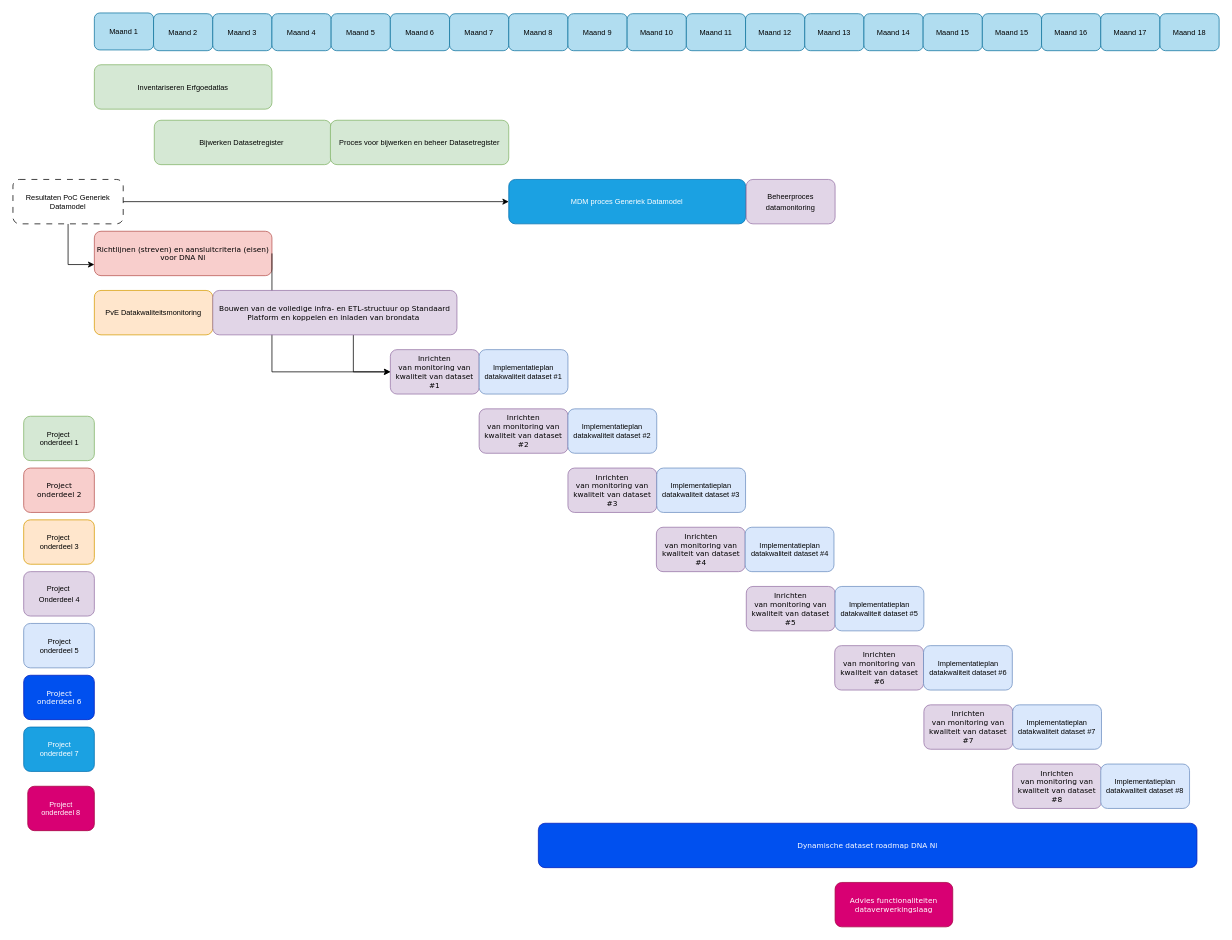
cultureelerfgoed/DNA_NL keeps this draw.io diagram as dnanl-planning.drawio. Above is the earlier version. Source tidied: cells renumbered, new cells numbered last; positions are measured from the earlier drawing's top-left corner, leaving out a move shared by most shapes. Both pictures are drawn from the tidied source at 74%, with x=0, y=0 at pixel (13, 13).
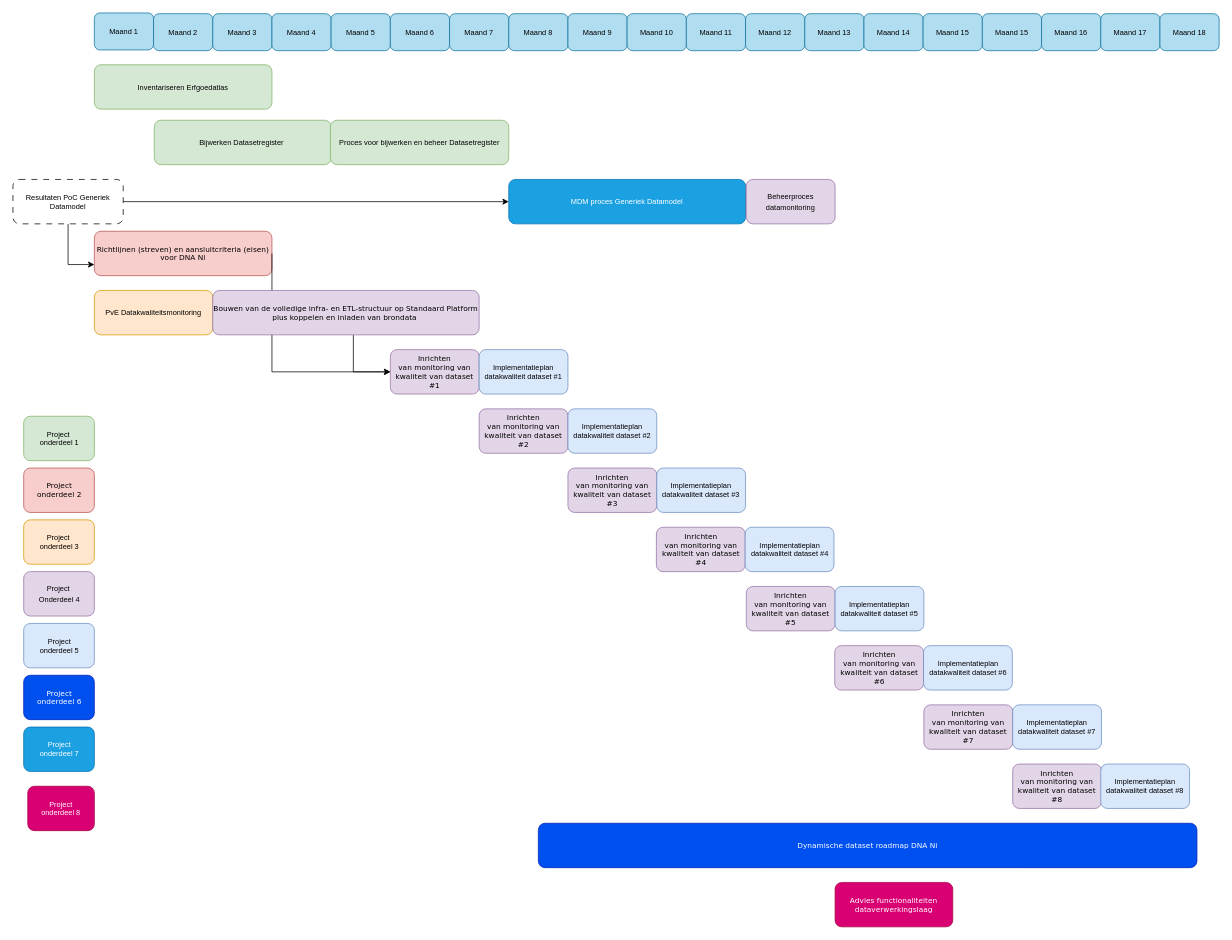
Above is the later version.

Change to the diagram source:
```diff
@@
-    <mxCell id="57" value="&lt;font face=&quot;Verdana&quot;&gt;Bouwen van de volledige infra- en ETL-structuur op Standaard Platform en koppelen en inladen van brondata&amp;nbsp;&lt;/font&gt;" style="rounded=1;whiteSpace=wrap;html=1;fillColor=#e1d5e7;strokeColor=#9673a6;fontSize=10;align=center;" parent="1" vertex="1">
-      <mxGeometry x="270" y="375" width="330" height="60" as="geometry" />
+    <mxCell id="57" value="&lt;font face=&quot;Verdana&quot;&gt;Bouwen van de volledige infra- en ETL-structuur op Standaard Platform plus koppelen en inladen van brondata&amp;nbsp;&lt;/font&gt;" style="rounded=1;whiteSpace=wrap;html=1;fillColor=#e1d5e7;strokeColor=#9673a6;fontSize=10;align=center;" parent="1" vertex="1">
+      <mxGeometry x="270" y="375" width="360" height="60" as="geometry" />
     </mxCell>
```
